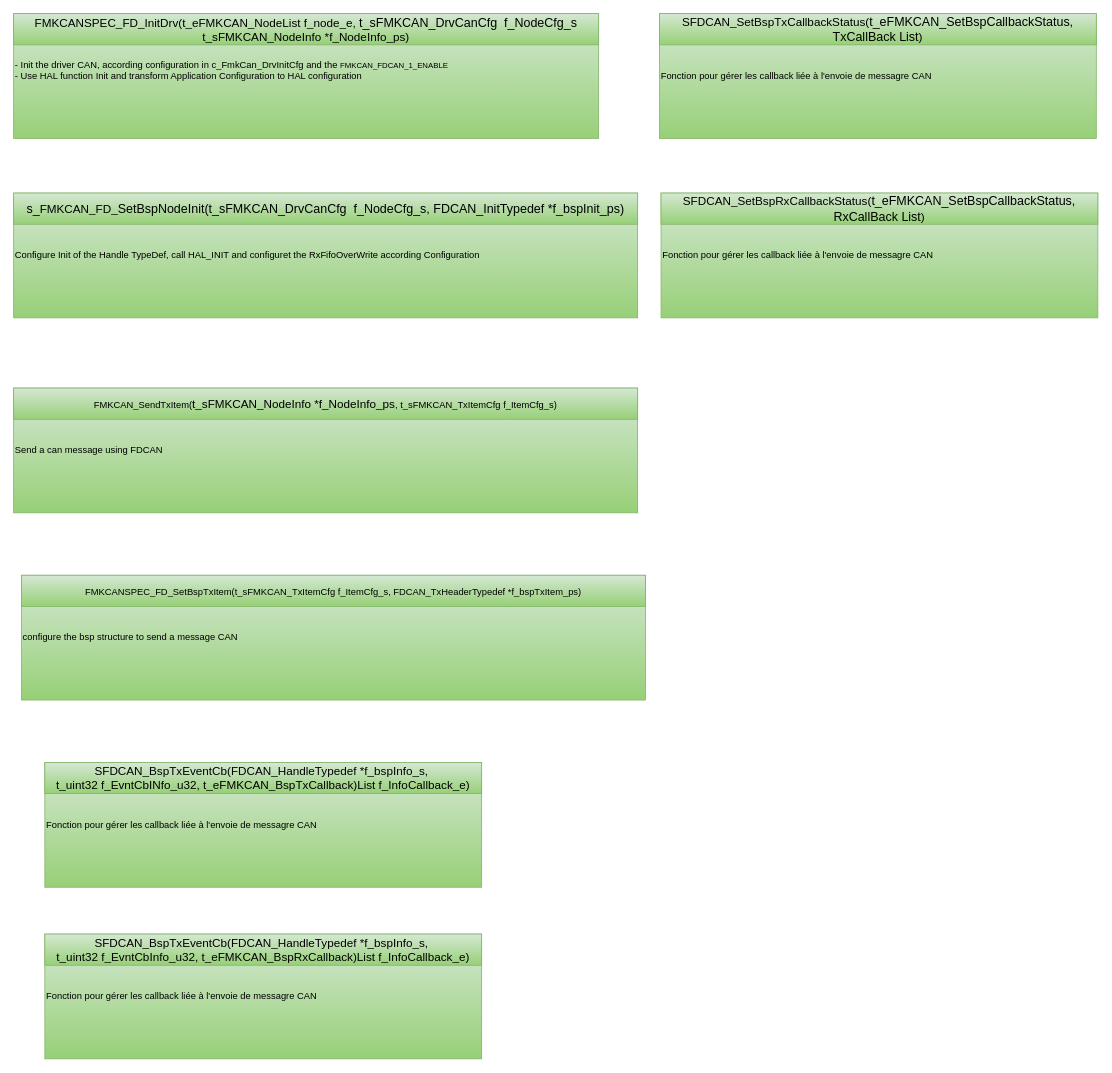
This is page "Static API" (2 of 17) of src/1_FMK/FMK_HAL/FMK_CAN/Doc/Architecture/FMK_CAN.drawio from mbarbeau0545/PickersRobotPOC, a draw.io file, before an edit. Source tidied: cells renumbered, new cells numbered last; positions are measured from the earlier drawing's top-left corner, leaving out a move shared by most shapes. Both pictures are drawn from the tidied source at 78%, with x=0, y=0 at pixel (13, 13).
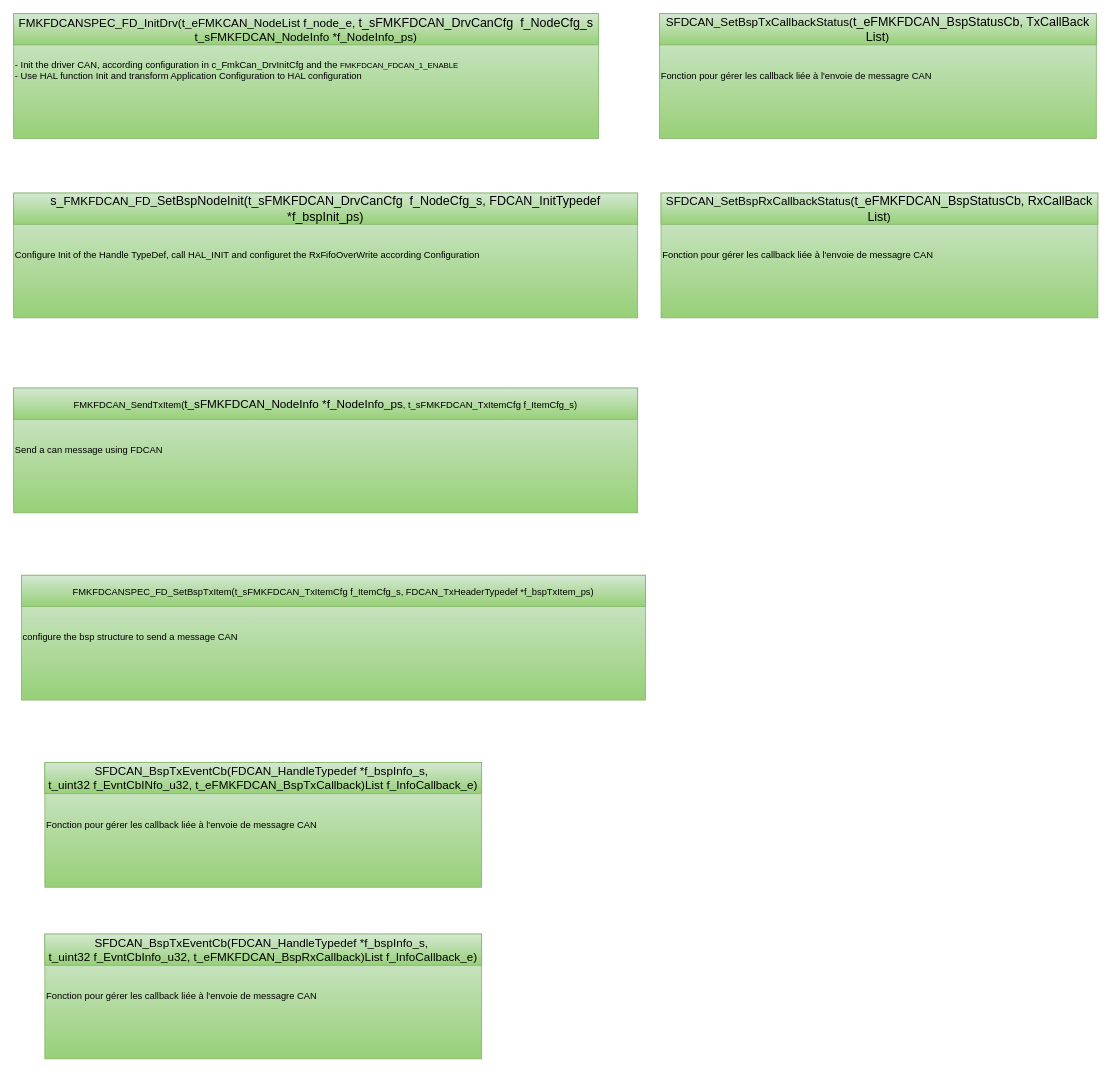
The same diagram, later.

The change refers to these unchanged cells:
```xml
<mxCell id="2" style="group;" parent="1" vertex="1">
  <mxGeometry width="750" height="160" as="geometry" />
</mxCell>
<mxCell id="5" style="group;" parent="1" vertex="1">
  <mxGeometry y="230" width="800" height="160" as="geometry" />
</mxCell>
<mxCell id="8" style="group;" parent="1" vertex="1">
  <mxGeometry x="40" y="960" width="560" height="160" as="geometry" />
</mxCell>
<mxCell id="11" style="group;" parent="1" vertex="1">
  <mxGeometry y="480" width="800" height="160" as="geometry" />
</mxCell>
<mxCell id="14" style="group;" parent="1" vertex="1">
  <mxGeometry x="10" y="720" width="800" height="160" as="geometry" />
</mxCell>
<mxCell id="17" style="group;" parent="1" vertex="1">
  <mxGeometry x="828" width="560" height="160" as="geometry" />
</mxCell>
<mxCell id="20" style="group;" parent="1" vertex="1">
  <mxGeometry x="830" y="230" width="560" height="160" as="geometry" />
</mxCell>
<mxCell id="23" style="group;" parent="1" vertex="1">
  <mxGeometry x="40" y="1180" width="560" height="160" as="geometry" />
</mxCell>
```

Diff of the diagram source:
```diff
@@
-    <mxCell id="3" value="- Init the driver CAN, according configuration in&lt;font style=&quot;font-size: 12px;&quot;&gt;&amp;nbsp;&lt;span style=&quot;text-wrap: nowrap;&quot;&gt;c_FmkCan_DrvInitCfg and the&amp;nbsp;&lt;/span&gt;&lt;span style=&quot;text-wrap: nowrap; font-size: 10px;&quot;&gt;FMKCAN_FDCAN_1_ENABLE&lt;/span&gt;&lt;span style=&quot;text-wrap: nowrap;&quot;&gt;&amp;nbsp;&lt;/span&gt;&lt;/font&gt;&lt;div&gt;&lt;span style=&quot;text-wrap: nowrap;&quot;&gt;- Use HAL function Init and transform Application Configuration to HAL configuration&lt;br&gt;&lt;/span&gt;&lt;div&gt;&lt;font style=&quot;font-size: 12px;&quot;&gt;&lt;span style=&quot;text-wrap: nowrap;&quot;&gt;&lt;br&gt;&lt;/span&gt;&lt;/font&gt;&lt;/div&gt;&lt;/div&gt;" style="rounded=0;whiteSpace=wrap;html=1;fillColor=#d5e8d4;gradientColor=#97d077;strokeColor=#82b366;fontColor=#000000;align=left;" parent="2" vertex="1">
+    <mxCell id="3" value="- Init the driver CAN, according configuration in&lt;font style=&quot;font-size: 12px;&quot;&gt;&amp;nbsp;&lt;span style=&quot;text-wrap: nowrap;&quot;&gt;c_FmkCan_DrvInitCfg and the&amp;nbsp;&lt;/span&gt;&lt;span style=&quot;text-wrap: nowrap; font-size: 10px;&quot;&gt;FMKFDCAN_FDCAN_1_ENABLE&lt;/span&gt;&lt;span style=&quot;text-wrap: nowrap;&quot;&gt;&amp;nbsp;&lt;/span&gt;&lt;/font&gt;&lt;div&gt;&lt;span style=&quot;text-wrap: nowrap;&quot;&gt;- Use HAL function Init and transform Application Configuration to HAL configuration&lt;br&gt;&lt;/span&gt;&lt;div&gt;&lt;font style=&quot;font-size: 12px;&quot;&gt;&lt;span style=&quot;text-wrap: nowrap;&quot;&gt;&lt;br&gt;&lt;/span&gt;&lt;/font&gt;&lt;/div&gt;&lt;/div&gt;" style="rounded=0;whiteSpace=wrap;html=1;fillColor=#d5e8d4;gradientColor=#97d077;strokeColor=#82b366;fontColor=#000000;align=left;" parent="2" vertex="1">
       <mxGeometry width="750" height="160" as="geometry" />
     </mxCell>
-    <mxCell id="4" value="&lt;span style=&quot;font-size: 15px;&quot;&gt;FMKCANSPEC_FD_InitDrv(&lt;/span&gt;&lt;font style=&quot;color: rgb(255, 255, 255); font-size: 15px;&quot;&gt;&lt;span style=&quot;text-wrap: nowrap; color: rgb(0, 0, 0); text-align: left;&quot;&gt;t_eF&lt;/span&gt;&lt;span style=&quot;text-wrap: nowrap; color: rgb(0, 0, 0); text-align: left;&quot;&gt;M&lt;/span&gt;&lt;span style=&quot;text-wrap: nowrap; color: rgb(0, 0, 0); text-align: left;&quot;&gt;KCAN_NodeList f_node_e,&lt;/span&gt;&lt;span style=&quot;color: rgb(0, 0, 0); text-align: left; text-wrap: nowrap;&quot;&gt;&amp;nbsp;&lt;/span&gt;&lt;/font&gt;&lt;span style=&quot;text-wrap: nowrap; font-size: 16px; text-align: left;&quot;&gt;t_sFMKCAN_DrvCan&lt;/span&gt;&lt;span style=&quot;text-wrap: nowrap; background-color: initial; font-size: 16px; text-align: left;&quot;&gt;Cfg&amp;nbsp; f_NodeCfg_s&lt;/span&gt;&lt;div&gt;&lt;span style=&quot;font-size: 15px;&quot;&gt;t_sFMKCAN_NodeInfo *f_NodeInfo_ps)&lt;/span&gt;&lt;/div&gt;" style="rounded=0;whiteSpace=wrap;html=1;fillColor=#d5e8d4;gradientColor=#97d077;strokeColor=#82b366;fontColor=#000000;" parent="2" vertex="1">
+    <mxCell id="4" value="&lt;span style=&quot;font-size: 15px;&quot;&gt;FMKFDCANSPEC_FD_InitDrv(&lt;/span&gt;&lt;font style=&quot;color: rgb(255, 255, 255); font-size: 15px;&quot;&gt;&lt;span style=&quot;text-wrap: nowrap; color: rgb(0, 0, 0); text-align: left;&quot;&gt;t_eF&lt;/span&gt;&lt;span style=&quot;text-wrap: nowrap; color: rgb(0, 0, 0); text-align: left;&quot;&gt;M&lt;/span&gt;&lt;span style=&quot;text-wrap: nowrap; color: rgb(0, 0, 0); text-align: left;&quot;&gt;KCAN_NodeList f_node_e,&lt;/span&gt;&lt;span style=&quot;color: rgb(0, 0, 0); text-align: left; text-wrap: nowrap;&quot;&gt;&amp;nbsp;&lt;/span&gt;&lt;/font&gt;&lt;span style=&quot;text-wrap: nowrap; font-size: 16px; text-align: left;&quot;&gt;t_sFMKFDCAN_DrvCan&lt;/span&gt;&lt;span style=&quot;text-wrap: nowrap; background-color: initial; font-size: 16px; text-align: left;&quot;&gt;Cfg&amp;nbsp; f_NodeCfg_s&lt;/span&gt;&lt;div&gt;&lt;span style=&quot;font-size: 15px;&quot;&gt;t_sFMKFDCAN_NodeInfo *f_NodeInfo_ps)&lt;/span&gt;&lt;/div&gt;" style="rounded=0;whiteSpace=wrap;html=1;fillColor=#d5e8d4;gradientColor=#97d077;strokeColor=#82b366;fontColor=#000000;" parent="2" vertex="1">
       <mxGeometry width="750" height="40" as="geometry" />
     </mxCell>
@@
-    <mxCell id="7" value="s_&lt;span style=&quot;font-size: 15px;&quot;&gt;FMKCAN_FD_&lt;/span&gt;SetBspNodeInit(&lt;span style=&quot;text-wrap: nowrap; text-align: left;&quot;&gt;t_sFMKCAN_DrvCan&lt;/span&gt;&lt;span style=&quot;text-wrap: nowrap; background-color: initial; text-align: left;&quot;&gt;Cfg&amp;nbsp; f_NodeCfg_s,&amp;nbsp;&lt;/span&gt;FDCAN_InitTypedef *f_bspInit_ps)" style="rounded=0;whiteSpace=wrap;html=1;fillColor=#d5e8d4;gradientColor=#97d077;strokeColor=#82b366;fontColor=#000000;fontSize=16;" parent="5" vertex="1">
+    <mxCell id="7" value="s_&lt;span style=&quot;font-size: 15px;&quot;&gt;FMKFDCAN_FD_&lt;/span&gt;SetBspNodeInit(&lt;span style=&quot;text-wrap: nowrap; text-align: left;&quot;&gt;t_sFMKFDCAN_DrvCan&lt;/span&gt;&lt;span style=&quot;text-wrap: nowrap; background-color: initial; text-align: left;&quot;&gt;Cfg&amp;nbsp; f_NodeCfg_s,&amp;nbsp;&lt;/span&gt;FDCAN_InitTypedef *f_bspInit_ps)" style="rounded=0;whiteSpace=wrap;html=1;fillColor=#d5e8d4;gradientColor=#97d077;strokeColor=#82b366;fontColor=#000000;fontSize=16;" parent="5" vertex="1">
       <mxGeometry width="800" height="40" as="geometry" />
     </mxCell>
@@
-    <mxCell id="10" value="&lt;div style=&quot;text-align: center;&quot;&gt;&lt;span style=&quot;background-color: initial; font-size: 15px;&quot;&gt;SFDCAN_BspTxEventCb(&lt;span style=&quot;text-wrap: nowrap;&quot;&gt;FDCAN_HandleTypedef *f_bspInfo_s,&amp;nbsp;&lt;/span&gt;&lt;/span&gt;&lt;/div&gt;&lt;div style=&quot;text-align: center;&quot;&gt;&lt;span style=&quot;background-color: initial; font-size: 15px;&quot;&gt;&lt;span style=&quot;text-wrap: nowrap;&quot;&gt;t_uint32 f_EvntCbINfo_u32, t_eFMKCAN_BspTxCallback&lt;/span&gt;&lt;/span&gt;&lt;span style=&quot;background-color: initial; font-size: 15px;&quot;&gt;)List f_InfoCallback_e)&lt;/span&gt;&lt;/div&gt;" style="rounded=0;whiteSpace=wrap;html=1;fillColor=#d5e8d4;gradientColor=#97d077;strokeColor=#82b366;fontColor=#000000;" parent="8" vertex="1">
+    <mxCell id="10" value="&lt;div style=&quot;text-align: center;&quot;&gt;&lt;span style=&quot;background-color: initial; font-size: 15px;&quot;&gt;SFDCAN_BspTxEventCb(&lt;span style=&quot;text-wrap: nowrap;&quot;&gt;FDCAN_HandleTypedef *f_bspInfo_s,&amp;nbsp;&lt;/span&gt;&lt;/span&gt;&lt;/div&gt;&lt;div style=&quot;text-align: center;&quot;&gt;&lt;span style=&quot;background-color: initial; font-size: 15px;&quot;&gt;&lt;span style=&quot;text-wrap: nowrap;&quot;&gt;t_uint32 f_EvntCbINfo_u32, t_eFMKFDCAN_BspTxCallback&lt;/span&gt;&lt;/span&gt;&lt;span style=&quot;background-color: initial; font-size: 15px;&quot;&gt;)List f_InfoCallback_e)&lt;/span&gt;&lt;/div&gt;" style="rounded=0;whiteSpace=wrap;html=1;fillColor=#d5e8d4;gradientColor=#97d077;strokeColor=#82b366;fontColor=#000000;" parent="8" vertex="1">
       <mxGeometry width="560" height="40" as="geometry" />
     </mxCell>
@@
-    <mxCell id="13" value="&lt;span style=&quot;font-size: 12px;&quot;&gt;FMKCAN_SendTxItem(&lt;/span&gt;&lt;span style=&quot;font-size: 15px;&quot;&gt;t_sFMKCAN_NodeInfo *f_NodeInfo_ps&lt;/span&gt;&lt;span style=&quot;font-size: 12px;&quot;&gt;,&amp;nbsp;&lt;/span&gt;&lt;span style=&quot;text-wrap: nowrap; font-size: 12px; text-align: left;&quot;&gt;t_sFMKCAN_TxItemCfg f_ItemCfg_s&lt;/span&gt;&lt;span style=&quot;text-wrap: nowrap; font-size: 12px; text-align: left;&quot;&gt;)&lt;/span&gt;" style="rounded=0;whiteSpace=wrap;html=1;fillColor=#d5e8d4;gradientColor=#97d077;strokeColor=#82b366;fontColor=#000000;fontSize=16;" parent="11" vertex="1">
+    <mxCell id="13" value="&lt;span style=&quot;font-size: 12px;&quot;&gt;FMKFDCAN_SendTxItem(&lt;/span&gt;&lt;span style=&quot;font-size: 15px;&quot;&gt;t_sFMKFDCAN_NodeInfo *f_NodeInfo_ps&lt;/span&gt;&lt;span style=&quot;font-size: 12px;&quot;&gt;,&amp;nbsp;&lt;/span&gt;&lt;span style=&quot;text-wrap: nowrap; font-size: 12px; text-align: left;&quot;&gt;t_sFMKFDCAN_TxItemCfg f_ItemCfg_s&lt;/span&gt;&lt;span style=&quot;text-wrap: nowrap; font-size: 12px; text-align: left;&quot;&gt;)&lt;/span&gt;" style="rounded=0;whiteSpace=wrap;html=1;fillColor=#d5e8d4;gradientColor=#97d077;strokeColor=#82b366;fontColor=#000000;fontSize=16;" parent="11" vertex="1">
       <mxGeometry width="800" height="40" as="geometry" />
     </mxCell>
@@
-    <mxCell id="16" value="&lt;span style=&quot;font-size: 12px;&quot;&gt;FMKCANSPEC_FD_SetBspTxItem(&lt;/span&gt;&lt;span style=&quot;text-wrap: nowrap; font-size: 12px; text-align: left;&quot;&gt;t_sFMKCAN_TxItemCfg f_ItemCfg_s, FDCAN_TxHeaderTypedef *f_bspTxItem_ps&lt;/span&gt;&lt;span style=&quot;text-wrap: nowrap; font-size: 12px; text-align: left;&quot;&gt;)&lt;/span&gt;" style="rounded=0;whiteSpace=wrap;html=1;fillColor=#d5e8d4;gradientColor=#97d077;strokeColor=#82b366;fontColor=#000000;fontSize=16;" parent="14" vertex="1">
+    <mxCell id="16" value="&lt;span style=&quot;font-size: 12px;&quot;&gt;FMKFDCANSPEC_FD_SetBspTxItem(&lt;/span&gt;&lt;span style=&quot;text-wrap: nowrap; font-size: 12px; text-align: left;&quot;&gt;t_sFMKFDCAN_TxItemCfg f_ItemCfg_s, FDCAN_TxHeaderTypedef *f_bspTxItem_ps&lt;/span&gt;&lt;span style=&quot;text-wrap: nowrap; font-size: 12px; text-align: left;&quot;&gt;)&lt;/span&gt;" style="rounded=0;whiteSpace=wrap;html=1;fillColor=#d5e8d4;gradientColor=#97d077;strokeColor=#82b366;fontColor=#000000;fontSize=16;" parent="14" vertex="1">
       <mxGeometry width="800" height="40" as="geometry" />
     </mxCell>
@@
-    <mxCell id="19" value="&lt;div style=&quot;text-align: center;&quot;&gt;&lt;span style=&quot;background-color: initial; font-size: 15px;&quot;&gt;SFDCAN_SetBspTxCallbackStatus(&lt;/span&gt;&lt;span style=&quot;font-size: 16px; background-color: initial;&quot;&gt;t_eFMKCAN_SetBspCallbackStatus, TxCallBack List&lt;/span&gt;&lt;span style=&quot;background-color: initial; font-size: 15px;&quot;&gt;)&lt;/span&gt;&lt;/div&gt;" style="rounded=0;whiteSpace=wrap;html=1;fillColor=#d5e8d4;gradientColor=#97d077;strokeColor=#82b366;fontColor=#000000;" parent="17" vertex="1">
+    <mxCell id="19" value="&lt;div style=&quot;text-align: center;&quot;&gt;&lt;span style=&quot;background-color: initial; font-size: 15px;&quot;&gt;SFDCAN_SetBspTxCallbackStatus(&lt;/span&gt;&lt;span style=&quot;font-size: 16px; background-color: initial;&quot;&gt;t_eFMKFDCAN_BspStatusCb, TxCallBack List&lt;/span&gt;&lt;span style=&quot;background-color: initial; font-size: 15px;&quot;&gt;)&lt;/span&gt;&lt;/div&gt;" style="rounded=0;whiteSpace=wrap;html=1;fillColor=#d5e8d4;gradientColor=#97d077;strokeColor=#82b366;fontColor=#000000;" parent="17" vertex="1">
       <mxGeometry width="560" height="40" as="geometry" />
     </mxCell>
@@
-    <mxCell id="22" value="&lt;div style=&quot;text-align: center;&quot;&gt;&lt;span style=&quot;background-color: initial; font-size: 15px;&quot;&gt;SFDCAN_SetBspRxCallbackStatus(&lt;/span&gt;&lt;span style=&quot;font-size: 16px; background-color: initial;&quot;&gt;t_eFMKCAN_SetBspCallbackStatus, RxCallBack List&lt;/span&gt;&lt;span style=&quot;background-color: initial; font-size: 15px;&quot;&gt;)&lt;/span&gt;&lt;/div&gt;" style="rounded=0;whiteSpace=wrap;html=1;fillColor=#d5e8d4;gradientColor=#97d077;strokeColor=#82b366;fontColor=#000000;" parent="20" vertex="1">
+    <mxCell id="22" value="&lt;div style=&quot;text-align: center;&quot;&gt;&lt;span style=&quot;background-color: initial; font-size: 15px;&quot;&gt;SFDCAN_SetBspRxCallbackStatus(&lt;/span&gt;&lt;span style=&quot;font-size: 16px; background-color: initial;&quot;&gt;t_eFMKFDCAN_BspStatusCb, RxCallBack List&lt;/span&gt;&lt;span style=&quot;background-color: initial; font-size: 15px;&quot;&gt;)&lt;/span&gt;&lt;/div&gt;" style="rounded=0;whiteSpace=wrap;html=1;fillColor=#d5e8d4;gradientColor=#97d077;strokeColor=#82b366;fontColor=#000000;" parent="20" vertex="1">
       <mxGeometry width="560" height="40" as="geometry" />
     </mxCell>
@@
-    <mxCell id="25" value="&lt;div style=&quot;text-align: center;&quot;&gt;&lt;span style=&quot;background-color: initial; font-size: 15px;&quot;&gt;SFDCAN_BspTxEventCb(&lt;span style=&quot;text-wrap: nowrap;&quot;&gt;FDCAN_HandleTypedef *f_bspInfo_s,&amp;nbsp;&lt;/span&gt;&lt;/span&gt;&lt;/div&gt;&lt;div style=&quot;text-align: center;&quot;&gt;&lt;span style=&quot;background-color: initial; font-size: 15px;&quot;&gt;&lt;span style=&quot;text-wrap: nowrap;&quot;&gt;t_uint32 f_EvntCbInfo_u32, t_eFMKCAN_BspRxCallback&lt;/span&gt;&lt;/span&gt;&lt;span style=&quot;background-color: initial; font-size: 15px;&quot;&gt;)List f_InfoCallback_e)&lt;/span&gt;&lt;/div&gt;" style="rounded=0;whiteSpace=wrap;html=1;fillColor=#d5e8d4;gradientColor=#97d077;strokeColor=#82b366;fontColor=#000000;" parent="23" vertex="1">
+    <mxCell id="25" value="&lt;div style=&quot;text-align: center;&quot;&gt;&lt;span style=&quot;background-color: initial; font-size: 15px;&quot;&gt;SFDCAN_BspTxEventCb(&lt;span style=&quot;text-wrap: nowrap;&quot;&gt;FDCAN_HandleTypedef *f_bspInfo_s,&amp;nbsp;&lt;/span&gt;&lt;/span&gt;&lt;/div&gt;&lt;div style=&quot;text-align: center;&quot;&gt;&lt;span style=&quot;background-color: initial; font-size: 15px;&quot;&gt;&lt;span style=&quot;text-wrap: nowrap;&quot;&gt;t_uint32 f_EvntCbInfo_u32, t_eFMKFDCAN_BspRxCallback&lt;/span&gt;&lt;/span&gt;&lt;span style=&quot;background-color: initial; font-size: 15px;&quot;&gt;)List f_InfoCallback_e)&lt;/span&gt;&lt;/div&gt;" style="rounded=0;whiteSpace=wrap;html=1;fillColor=#d5e8d4;gradientColor=#97d077;strokeColor=#82b366;fontColor=#000000;" parent="23" vertex="1">
       <mxGeometry width="560" height="40" as="geometry" />
     </mxCell>
```
